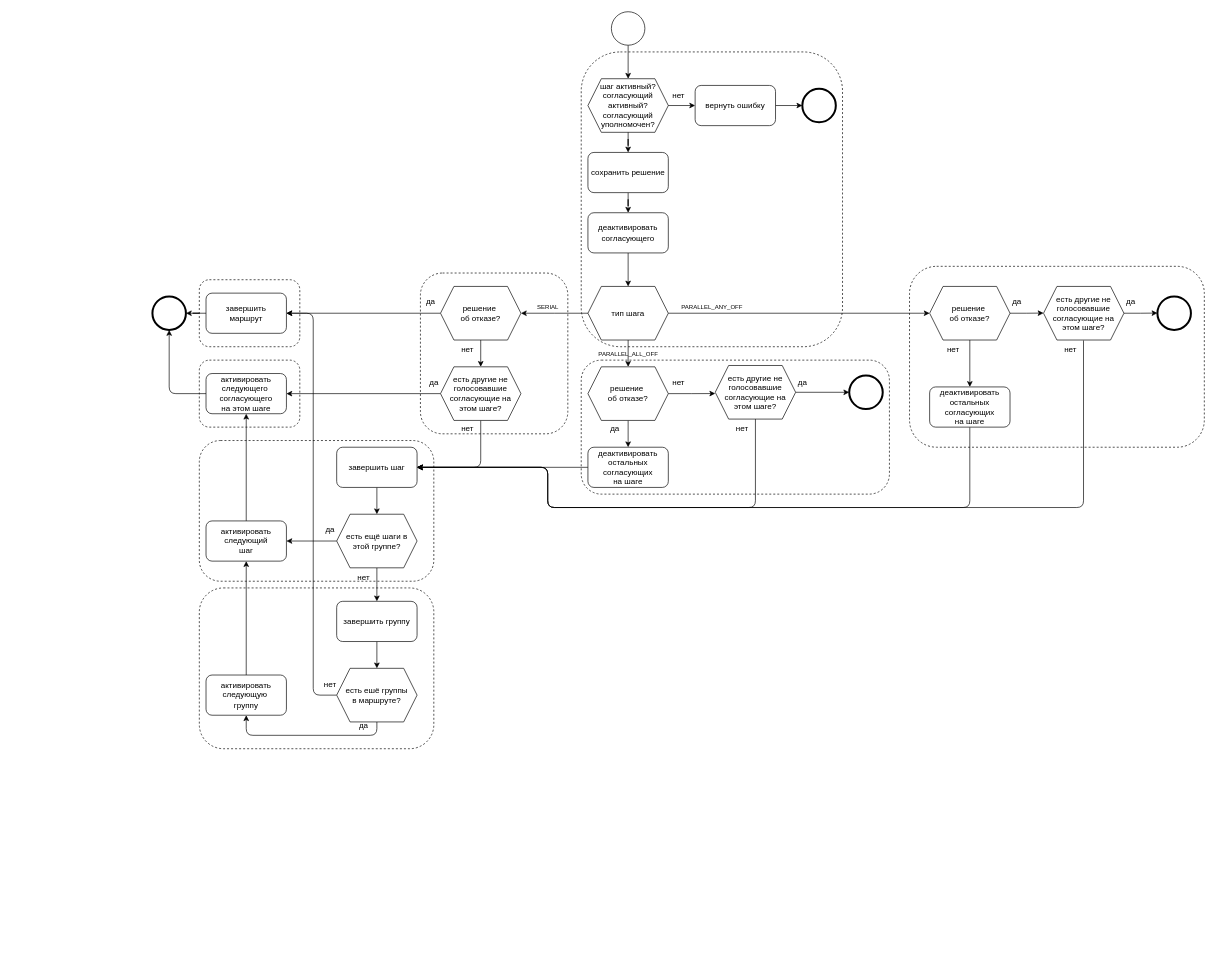
MikhailEpatko/approve keeps this draw.io diagram as docs/make-decision-sequence.drawio. Above is the earlier version. Source tidied: cells renumbered, new cells numbered last; positions are measured from the earlier drawing's top-left corner, leaving out a move shared by most shapes. Both pictures are drawn from the tidied source at 67%, with x=0, y=0 at pixel (152, 11).
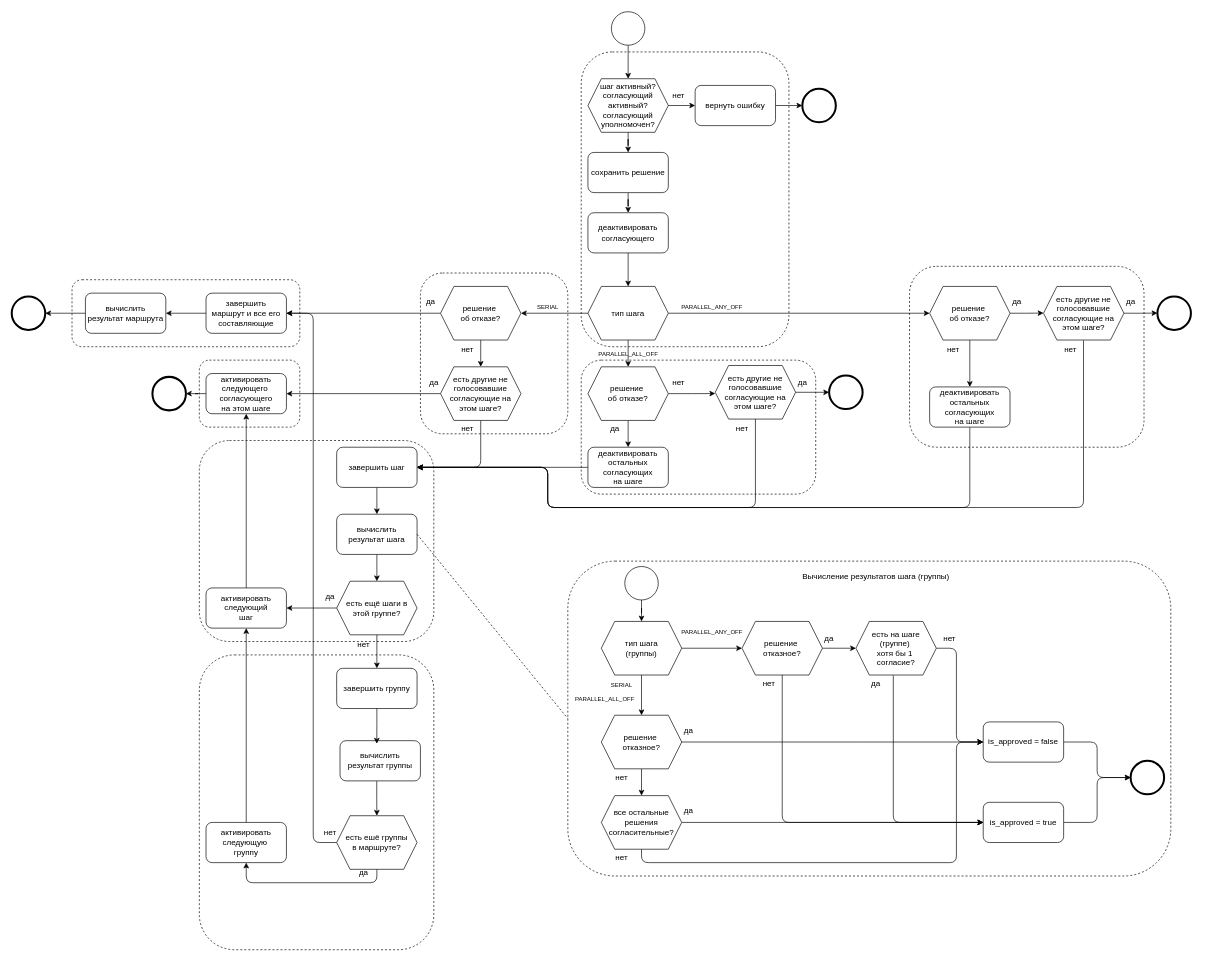
After the change.

The change refers to these unchanged cells:
```xml
<mxCell id="38" value="активировать&lt;div&gt;следующего&amp;nbsp;&lt;/div&gt;&lt;div&gt;согласующего&lt;/div&gt;&lt;div&gt;на этом шаге&lt;/div&gt;" style="rounded=1;whiteSpace=wrap;html=1;" parent="1" vertex="1">
  <mxGeometry x="80" y="540" width="120" height="60" as="geometry" />
</mxCell>
<mxCell id="56" value="завершить шаг" style="rounded=1;whiteSpace=wrap;html=1;" parent="1" vertex="1">
  <mxGeometry x="275" y="650" width="120" height="60" as="geometry" />
</mxCell>
```

Change to the diagram source:
```diff
@@
+    <mxCell id="84" style="rounded=1;whiteSpace=wrap;html=1;fillColor=none;dashed=1;" parent="1" vertex="1">
+      <mxGeometry x="-120" y="400" width="340" height="100" as="geometry" />
+    </mxCell>
+    <mxCell id="88" style="rounded=1;whiteSpace=wrap;html=1;fillColor=none;dashed=1;" parent="1" vertex="1">
+      <mxGeometry x="70" y="960" width="350" height="440" as="geometry" />
+    </mxCell>
+    <mxCell id="89" style="rounded=1;whiteSpace=wrap;html=1;fillColor=none;dashed=1;" parent="1" vertex="1">
+      <mxGeometry x="620" y="820" width="900" height="470" as="geometry" />
+    </mxCell>
+    <mxCell id="87" style="rounded=1;whiteSpace=wrap;html=1;fillColor=none;dashed=1;" parent="1" vertex="1">
+      <mxGeometry x="70" y="640" width="350" height="300" as="geometry" />
+    </mxCell>
@@
     <mxCell id="4" style="rounded=1;whiteSpace=wrap;html=1;fillColor=none;dashed=1;" parent="1" vertex="1">
-      <mxGeometry x="640" y="520" width="460" height="200" as="geometry" />
+      <mxGeometry x="640" y="520" width="350" height="200" as="geometry" />
     </mxCell>
     <mxCell id="5" style="rounded=1;whiteSpace=wrap;html=1;fillColor=none;dashed=1;" parent="1" vertex="1">
-      <mxGeometry x="1130" y="380" width="440" height="270" as="geometry" />
+      <mxGeometry x="1130" y="380" width="350" height="270" as="geometry" />
     </mxCell>
     <mxCell id="6" style="rounded=1;whiteSpace=wrap;html=1;fillColor=none;dashed=1;" parent="1" vertex="1">
-      <mxGeometry x="640" y="60" width="390" height="440" as="geometry" />
+      <mxGeometry x="640" y="60" width="310" height="440" as="geometry" />
     </mxCell>
@@
     <mxCell id="27" style="shape=mxgraph.bpmn.shape;html=1;verticalLabelPosition=bottom;labelBackgroundColor=#ffffff;verticalAlign=top;perimeter=ellipsePerimeter;outline=end;symbol=general;" parent="1" vertex="1">
-      <mxGeometry y="425" width="50" height="50" as="geometry" />
+      <mxGeometry x="-210" y="425" width="50" height="50" as="geometry" />
     </mxCell>
-    <mxCell id="28" style="edgeStyle=orthogonalEdgeStyle;rounded=0;jettySize=auto;html=1;entryX=1;entryY=0.5;entryDx=0;entryDy=0;" parent="1" edge="1" source="29" target="27">
+    <mxCell id="28" style="edgeStyle=orthogonalEdgeStyle;rounded=0;jettySize=auto;html=1;entryX=1;entryY=0.5;entryDx=0;entryDy=0;" parent="1" edge="1" source="131" target="27">
       <mxGeometry relative="1" as="geometry" />
     </mxCell>
-    <mxCell id="29" value="завершить&lt;div&gt;маршрут&lt;/div&gt;" style="rounded=1;whiteSpace=wrap;html=1;" parent="1" vertex="1">
+    <mxCell id="29" value="завершить&lt;div&gt;маршрут и все его составляющие&lt;/div&gt;" style="rounded=1;whiteSpace=wrap;html=1;" parent="1" vertex="1">
       <mxGeometry x="80" y="420" width="120" height="60" as="geometry" />
     </mxCell>
@@
-    <mxCell id="37" style="edgeStyle=orthogonalEdgeStyle;rounded=1;jettySize=auto;html=1;entryX=0.5;entryY=1;entryDx=0;entryDy=0;curved=0;" parent="1" edge="1" source="38" target="27">
+    <mxCell id="37" style="edgeStyle=orthogonalEdgeStyle;rounded=1;jettySize=auto;html=1;entryX=1;entryY=0.5;entryDx=0;entryDy=0;curved=0;" parent="1" edge="1" source="38" target="91">
       <mxGeometry relative="1" as="geometry" />
     </mxCell>
@@
     <mxCell id="42" style="edgeStyle=orthogonalEdgeStyle;rounded=0;jettySize=auto;html=1;exitX=0.5;exitY=1;exitDx=0;exitDy=0;" parent="1" edge="1" source="43">
       <mxGeometry relative="1" as="geometry">
-        <mxPoint x="335" y="880" as="targetPoint" />
+        <mxPoint x="335" y="980" as="targetPoint" />
       </mxGeometry>
     </mxCell>
     <mxCell id="43" value="есть ещё шаги в этой группе?" style="shape=hexagon;perimeter=hexagonPerimeter2;whiteSpace=wrap;html=1;fixedSize=1;" parent="1" vertex="1">
-      <mxGeometry x="275" y="750" width="120" height="80" as="geometry" />
+      <mxGeometry x="275" y="850" width="120" height="80" as="geometry" />
     </mxCell>
     <mxCell id="44" value="да" style="text;html=1;align=center;verticalAlign=middle;strokeColor=none;fillColor=none;" parent="1" vertex="1">
-      <mxGeometry x="245" y="758" width="40" height="30" as="geometry" />
+      <mxGeometry x="245" y="858" width="40" height="30" as="geometry" />
     </mxCell>
     <mxCell id="45" style="edgeStyle=orthogonalEdgeStyle;rounded=1;jettySize=auto;html=1;entryX=0.5;entryY=1;entryDx=0;entryDy=0;exitX=0.5;exitY=1;exitDx=0;exitDy=0;curved=0;" parent="1" edge="1" source="47" target="52">
       <mxGeometry relative="1" as="geometry">
         <Array as="points">
-          <mxPoint x="335" y="1080" />
-          <mxPoint x="140" y="1080" />
+          <mxPoint x="335" y="1300" />
+          <mxPoint x="140" y="1300" />
         </Array>
       </mxGeometry>
     </mxCell>
     <mxCell id="46" style="edgeStyle=orthogonalEdgeStyle;rounded=1;jettySize=auto;html=1;entryX=1;entryY=0.5;entryDx=0;entryDy=0;exitX=0;exitY=0.5;exitDx=0;exitDy=0;curved=0;" parent="1" edge="1" source="47" target="29">
       <mxGeometry relative="1" as="geometry">
         <Array as="points">
-          <mxPoint x="240" y="1020" />
+          <mxPoint x="240" y="1240" />
           <mxPoint x="240" y="450" />
         </Array>
       </mxGeometry>
     </mxCell>
     <mxCell id="47" value="есть ешё группы&lt;div&gt;в маршруте?&lt;/div&gt;" style="shape=hexagon;perimeter=hexagonPerimeter2;whiteSpace=wrap;html=1;fixedSize=1;" parent="1" vertex="1">
-      <mxGeometry x="275" y="980" width="120" height="80" as="geometry" />
+      <mxGeometry x="275" y="1200" width="120" height="80" as="geometry" />
     </mxCell>
     <mxCell id="48" value="нет" style="text;html=1;align=center;verticalAlign=middle;strokeColor=none;fillColor=none;" parent="1" vertex="1">
-      <mxGeometry x="295" y="830" width="40" height="30" as="geometry" />
+      <mxGeometry x="295" y="930" width="40" height="30" as="geometry" />
     </mxCell>
@@
     <mxCell id="50" value="активировать&lt;div&gt;следующий&lt;/div&gt;&lt;div&gt;шаг&lt;/div&gt;" style="rounded=1;whiteSpace=wrap;html=1;" parent="1" vertex="1">
-      <mxGeometry x="80" y="760" width="120" height="60" as="geometry" />
+      <mxGeometry x="80" y="860" width="120" height="60" as="geometry" />
     </mxCell>
@@
     <mxCell id="52" value="активировать&lt;div&gt;следующую&amp;nbsp;&lt;/div&gt;&lt;div&gt;группу&lt;/div&gt;" style="rounded=1;whiteSpace=wrap;html=1;" parent="1" vertex="1">
-      <mxGeometry x="80" y="990" width="120" height="60" as="geometry" />
+      <mxGeometry x="80" y="1210" width="120" height="60" as="geometry" />
     </mxCell>
     <mxCell id="53" value="да" style="text;html=1;align=center;verticalAlign=middle;strokeColor=none;fillColor=none;" parent="1" vertex="1">
-      <mxGeometry x="295" y="1050" width="40" height="30" as="geometry" />
+      <mxGeometry x="295" y="1270" width="40" height="30" as="geometry" />
     </mxCell>
     <mxCell id="54" value="нет" style="text;html=1;align=center;verticalAlign=middle;strokeColor=none;fillColor=none;" parent="1" vertex="1">
-      <mxGeometry x="245" y="990" width="40" height="30" as="geometry" />
+      <mxGeometry x="245" y="1210" width="40" height="30" as="geometry" />
     </mxCell>
-    <mxCell id="55" style="edgeStyle=orthogonalEdgeStyle;rounded=0;jettySize=auto;html=1;" parent="1" edge="1" source="56" target="43">
+    <mxCell id="55" style="edgeStyle=orthogonalEdgeStyle;rounded=0;jettySize=auto;html=1;exitX=0.5;exitY=1;exitDx=0;exitDy=0;" parent="1" edge="1" source="96" target="43">
       <mxGeometry relative="1" as="geometry" />
     </mxCell>
+    <mxCell id="90" style="edgeStyle=orthogonalEdgeStyle;rounded=0;jettySize=auto;html=1;exitX=0.5;exitY=1;exitDx=0;exitDy=0;entryX=0.5;entryY=0;entryDx=0;entryDy=0;" parent="1" edge="1" source="56" target="96">
+      <mxGeometry relative="1" as="geometry" />
+    </mxCell>
@@
-    <mxCell id="57" style="edgeStyle=orthogonalEdgeStyle;rounded=0;jettySize=auto;html=1;entryX=0.5;entryY=0;entryDx=0;entryDy=0;" parent="1" edge="1" source="58" target="47">
+    <mxCell id="57" style="edgeStyle=orthogonalEdgeStyle;rounded=0;jettySize=auto;html=1;entryX=0.5;entryY=0;entryDx=0;entryDy=0;exitX=0.457;exitY=1.006;exitDx=0;exitDy=0;exitPerimeter=0;" parent="1" edge="1" source="128" target="47">
       <mxGeometry relative="1" as="geometry" />
     </mxCell>
     <mxCell id="58" value="завершить группу" style="rounded=1;whiteSpace=wrap;html=1;" parent="1" vertex="1">
-      <mxGeometry x="275" y="880" width="120" height="60" as="geometry" />
+      <mxGeometry x="275" y="980" width="120" height="60" as="geometry" />
     </mxCell>
@@
     <mxCell id="68" style="shape=mxgraph.bpmn.shape;html=1;verticalLabelPosition=bottom;labelBackgroundColor=#ffffff;verticalAlign=top;perimeter=ellipsePerimeter;outline=end;symbol=general;" parent="1" vertex="1">
-      <mxGeometry x="1040" y="543" width="50" height="50" as="geometry" />
+      <mxGeometry x="1010" y="543" width="50" height="50" as="geometry" />
     </mxCell>
@@
-    <mxCell id="84" style="rounded=1;whiteSpace=wrap;html=1;fillColor=none;dashed=1;" parent="1" vertex="1">
-      <mxGeometry x="70" y="400" width="150" height="100" as="geometry" />
-    </mxCell>
@@
-    <mxCell id="87" style="rounded=1;whiteSpace=wrap;html=1;fillColor=none;dashed=1;" parent="1" vertex="1">
-      <mxGeometry x="70" y="640" width="350" height="210" as="geometry" />
-    </mxCell>
-    <mxCell id="88" style="rounded=1;whiteSpace=wrap;html=1;fillColor=none;dashed=1;" parent="1" vertex="1">
-      <mxGeometry x="70" y="860" width="350" height="240" as="geometry" />
-    </mxCell>
+    <mxCell id="91" style="shape=mxgraph.bpmn.shape;html=1;verticalLabelPosition=bottom;labelBackgroundColor=#ffffff;verticalAlign=top;perimeter=ellipsePerimeter;outline=end;symbol=general;" parent="1" vertex="1">
+      <mxGeometry y="545" width="50" height="50" as="geometry" />
+    </mxCell>
+    <mxCell id="92" style="edgeStyle=orthogonalEdgeStyle;rounded=0;jettySize=auto;html=1;entryX=0.5;entryY=0;entryDx=0;entryDy=0;" parent="1" edge="1" source="93" target="95">
+      <mxGeometry relative="1" as="geometry" />
+    </mxCell>
+    <mxCell id="93" style="shape=mxgraph.bpmn.shape;html=1;verticalLabelPosition=bottom;labelBackgroundColor=#ffffff;verticalAlign=top;perimeter=ellipsePerimeter;outline=standard;symbol=general;" parent="1" vertex="1">
+      <mxGeometry x="705" y="828" width="50" height="50" as="geometry" />
+    </mxCell>
+    <mxCell id="94" style="edgeStyle=orthogonalEdgeStyle;rounded=0;jettySize=auto;html=1;entryX=0;entryY=0.5;entryDx=0;entryDy=0;" parent="1" edge="1" source="95" target="102">
+      <mxGeometry relative="1" as="geometry" />
+    </mxCell>
+    <mxCell id="95" value="тип шага&lt;div&gt;(группы)&lt;/div&gt;" style="shape=hexagon;perimeter=hexagonPerimeter2;whiteSpace=wrap;html=1;fixedSize=1;" parent="1" vertex="1">
+      <mxGeometry x="670" y="910" width="120" height="80" as="geometry" />
+    </mxCell>
+    <mxCell id="96" value="вычислить&lt;div&gt;результат шага&lt;/div&gt;" style="rounded=1;whiteSpace=wrap;html=1;" parent="1" vertex="1">
+      <mxGeometry x="275" y="750" width="120" height="60" as="geometry" />
+    </mxCell>
+    <mxCell id="97" value="&lt;font style=&quot;font-size: 9px;&quot;&gt;PARALLEL_ANY_OFF&lt;/font&gt;" style="text;html=1;align=center;verticalAlign=middle;strokeColor=none;fillColor=none;" parent="1" vertex="1">
+      <mxGeometry x="780" y="910" width="110" height="30" as="geometry" />
+    </mxCell>
+    <mxCell id="98" value="&lt;font style=&quot;font-size: 9px;&quot;&gt;SERIAL&lt;/font&gt;" style="text;html=1;align=center;verticalAlign=middle;strokeColor=none;fillColor=none;" parent="1" vertex="1">
+      <mxGeometry x="670" y="990" width="60" height="30" as="geometry" />
+    </mxCell>
+    <mxCell id="99" value="&lt;font style=&quot;font-size: 9px;&quot;&gt;PARALLEL_ALL_OFF&lt;/font&gt;" style="text;html=1;align=center;verticalAlign=middle;strokeColor=none;fillColor=none;" parent="1" vertex="1">
+      <mxGeometry x="620" y="1010" width="110" height="30" as="geometry" />
+    </mxCell>
+    <mxCell id="100" style="edgeStyle=orthogonalEdgeStyle;rounded=0;jettySize=auto;html=1;entryX=0;entryY=0.5;entryDx=0;entryDy=0;" parent="1" edge="1" source="102" target="105">
+      <mxGeometry relative="1" as="geometry" />
+    </mxCell>
+    <mxCell id="101" style="edgeStyle=orthogonalEdgeStyle;rounded=1;jettySize=auto;html=1;exitX=0.5;exitY=1;exitDx=0;exitDy=0;entryX=0;entryY=0.5;entryDx=0;entryDy=0;curved=0;" parent="1" edge="1" source="102" target="107">
+      <mxGeometry relative="1" as="geometry">
+        <Array as="points">
+          <mxPoint x="940" y="1210" />
+        </Array>
+      </mxGeometry>
+    </mxCell>
+    <mxCell id="102" value="решение&amp;nbsp;&lt;div&gt;отказное?&lt;/div&gt;" style="shape=hexagon;perimeter=hexagonPerimeter2;whiteSpace=wrap;html=1;fixedSize=1;" parent="1" vertex="1">
+      <mxGeometry x="880" y="910" width="120" height="80" as="geometry" />
+    </mxCell>
+    <mxCell id="103" style="edgeStyle=orthogonalEdgeStyle;rounded=1;jettySize=auto;html=1;entryX=0;entryY=0.5;entryDx=0;entryDy=0;curved=0;" parent="1" edge="1" source="105" target="110">
+      <mxGeometry relative="1" as="geometry">
+        <Array as="points">
+          <mxPoint x="1200" y="950" />
+          <mxPoint x="1200" y="1090" />
+        </Array>
+      </mxGeometry>
+    </mxCell>
+    <mxCell id="104" style="edgeStyle=orthogonalEdgeStyle;rounded=1;jettySize=auto;html=1;entryX=0;entryY=0.5;entryDx=0;entryDy=0;exitX=0.465;exitY=1.008;exitDx=0;exitDy=0;exitPerimeter=0;curved=0;" parent="1" edge="1" source="105" target="107">
+      <mxGeometry relative="1" as="geometry" />
+    </mxCell>
+    <mxCell id="105" value="есть на шаге (группе)&amp;nbsp;&lt;div&gt;хотя бы 1&amp;nbsp;&lt;/div&gt;&lt;div&gt;согласие?&lt;/div&gt;" style="shape=hexagon;perimeter=hexagonPerimeter2;whiteSpace=wrap;html=1;fixedSize=1;" parent="1" vertex="1">
+      <mxGeometry x="1050" y="910" width="120" height="80" as="geometry" />
+    </mxCell>
+    <mxCell id="106" style="edgeStyle=orthogonalEdgeStyle;rounded=1;jettySize=auto;html=1;entryX=0;entryY=0.5;entryDx=0;entryDy=0;curved=0;" parent="1" edge="1" source="107" target="111">
+      <mxGeometry relative="1" as="geometry" />
+    </mxCell>
+    <mxCell id="107" value="is_approved = true" style="rounded=1;whiteSpace=wrap;html=1;" parent="1" vertex="1">
+      <mxGeometry x="1240" y="1180" width="120" height="60" as="geometry" />
+    </mxCell>
+    <mxCell id="108" value="да" style="text;html=1;align=center;verticalAlign=middle;whiteSpace=wrap;rounded=0;" parent="1" vertex="1">
+      <mxGeometry x="1050" y="988" width="60" height="30" as="geometry" />
+    </mxCell>
+    <mxCell id="109" style="edgeStyle=orthogonalEdgeStyle;rounded=1;jettySize=auto;html=1;curved=0;entryX=0;entryY=0.5;entryDx=0;entryDy=0;" parent="1" edge="1" source="110" target="111">
+      <mxGeometry relative="1" as="geometry">
+        <Array as="points">
+          <mxPoint x="1410" y="1090" />
+          <mxPoint x="1410" y="1143" />
+        </Array>
+      </mxGeometry>
+    </mxCell>
+    <mxCell id="110" value="is_approved = false" style="rounded=1;whiteSpace=wrap;html=1;" parent="1" vertex="1">
+      <mxGeometry x="1240" y="1060" width="120" height="60" as="geometry" />
+    </mxCell>
+    <mxCell id="111" style="shape=mxgraph.bpmn.shape;html=1;verticalLabelPosition=bottom;labelBackgroundColor=#ffffff;verticalAlign=top;perimeter=ellipsePerimeter;outline=end;symbol=general;" parent="1" vertex="1">
+      <mxGeometry x="1460" y="1118" width="50" height="50" as="geometry" />
+    </mxCell>
+    <mxCell id="112" value="да" style="text;html=1;align=center;verticalAlign=middle;whiteSpace=wrap;rounded=0;" parent="1" vertex="1">
+      <mxGeometry x="980" y="920" width="60" height="30" as="geometry" />
+    </mxCell>
+    <mxCell id="113" value="нет" style="text;html=1;align=center;verticalAlign=middle;whiteSpace=wrap;rounded=0;" parent="1" vertex="1">
+      <mxGeometry x="1160" y="920" width="60" height="30" as="geometry" />
+    </mxCell>
+    <mxCell id="114" value="нет" style="text;html=1;align=center;verticalAlign=middle;strokeColor=none;fillColor=none;" parent="1" vertex="1">
+      <mxGeometry x="900" y="988" width="40" height="30" as="geometry" />
+    </mxCell>
+    <mxCell id="115" style="edgeStyle=orthogonalEdgeStyle;rounded=1;jettySize=auto;html=1;entryX=0;entryY=0.5;entryDx=0;entryDy=0;curved=0;" parent="1" edge="1" source="117" target="110">
+      <mxGeometry relative="1" as="geometry">
+        <Array as="points">
+          <mxPoint x="1070" y="1090" />
+          <mxPoint x="1070" y="1090" />
+        </Array>
+      </mxGeometry>
+    </mxCell>
+    <mxCell id="116" style="edgeStyle=orthogonalEdgeStyle;rounded=0;jettySize=auto;html=1;entryX=0.5;entryY=0;entryDx=0;entryDy=0;" parent="1" edge="1" source="117" target="124">
+      <mxGeometry relative="1" as="geometry" />
+    </mxCell>
+    <mxCell id="117" value="решение&amp;nbsp;&lt;div&gt;отказное?&lt;/div&gt;" style="shape=hexagon;perimeter=hexagonPerimeter2;whiteSpace=wrap;html=1;fixedSize=1;" parent="1" vertex="1">
+      <mxGeometry x="670" y="1050" width="120" height="80" as="geometry" />
+    </mxCell>
+    <mxCell id="118" style="edgeStyle=orthogonalEdgeStyle;rounded=0;jettySize=auto;html=1;entryX=0.5;entryY=0;entryDx=0;entryDy=0;" parent="1" edge="1" source="95" target="117">
+      <mxGeometry relative="1" as="geometry" />
+    </mxCell>
+    <mxCell id="119" value="да" style="text;html=1;align=center;verticalAlign=middle;strokeColor=none;fillColor=none;" parent="1" vertex="1">
+      <mxGeometry x="780" y="1058" width="40" height="30" as="geometry" />
+    </mxCell>
+    <mxCell id="120" value="нет" style="text;html=1;align=center;verticalAlign=middle;strokeColor=none;fillColor=none;" parent="1" vertex="1">
+      <mxGeometry x="680" y="1128" width="40" height="30" as="geometry" />
+    </mxCell>
+    <mxCell id="121" style="endArrow=none;dashed=1;html=1;rounded=0;exitX=1;exitY=0.5;exitDx=0;exitDy=0;entryX=0;entryY=0.5;entryDx=0;entryDy=0;" parent="1" edge="1" source="96" target="89">
+      <mxGeometry relative="1" as="geometry" />
+    </mxCell>
+    <mxCell id="122" style="edgeStyle=orthogonalEdgeStyle;rounded=0;jettySize=auto;html=1;entryX=0;entryY=0.5;entryDx=0;entryDy=0;" parent="1" edge="1" source="124" target="107">
+      <mxGeometry relative="1" as="geometry" />
+    </mxCell>
+    <mxCell id="123" style="edgeStyle=orthogonalEdgeStyle;rounded=1;jettySize=auto;html=1;entryX=0;entryY=0.5;entryDx=0;entryDy=0;exitX=0.5;exitY=1;exitDx=0;exitDy=0;curved=0;" parent="1" edge="1" source="124" target="110">
+      <mxGeometry relative="1" as="geometry">
+        <Array as="points">
+          <mxPoint x="730" y="1270" />
+          <mxPoint x="1200" y="1270" />
+          <mxPoint x="1200" y="1090" />
+        </Array>
+      </mxGeometry>
+    </mxCell>
+    <mxCell id="124" value="все остальные&lt;div&gt;решения&lt;/div&gt;&lt;div&gt;согласительные?&lt;/div&gt;" style="shape=hexagon;perimeter=hexagonPerimeter2;whiteSpace=wrap;html=1;fixedSize=1;" parent="1" vertex="1">
+      <mxGeometry x="670" y="1170" width="120" height="80" as="geometry" />
+    </mxCell>
+    <mxCell id="125" value="да" style="text;html=1;align=center;verticalAlign=middle;strokeColor=none;fillColor=none;" parent="1" vertex="1">
+      <mxGeometry x="780" y="1178" width="40" height="30" as="geometry" />
+    </mxCell>
+    <mxCell id="126" value="нет" style="text;html=1;align=center;verticalAlign=middle;strokeColor=none;fillColor=none;" parent="1" vertex="1">
+      <mxGeometry x="680" y="1248" width="40" height="30" as="geometry" />
+    </mxCell>
+    <mxCell id="127" value="Вычисление результатов шага (группы)" style="text;html=1;align=center;verticalAlign=middle;whiteSpace=wrap;rounded=0;" parent="1" vertex="1">
+      <mxGeometry x="965" y="828" width="230" height="30" as="geometry" />
+    </mxCell>
+    <mxCell id="128" value="вычислить&lt;div&gt;результат группы&lt;/div&gt;" style="rounded=1;whiteSpace=wrap;html=1;" parent="1" vertex="1">
+      <mxGeometry x="280" y="1088" width="120" height="60" as="geometry" />
+    </mxCell>
+    <mxCell id="129" style="edgeStyle=orthogonalEdgeStyle;rounded=0;jettySize=auto;html=1;entryX=0.457;entryY=0.075;entryDx=0;entryDy=0;entryPerimeter=0;" parent="1" edge="1" source="58" target="128">
+      <mxGeometry relative="1" as="geometry" />
+    </mxCell>
+    <mxCell id="130" style="edgeStyle=orthogonalEdgeStyle;rounded=0;jettySize=auto;html=1;entryX=1;entryY=0.5;entryDx=0;entryDy=0;" parent="1" edge="1" source="29" target="131">
+      <mxGeometry relative="1" as="geometry" />
+    </mxCell>
+    <mxCell id="131" value="вычислить&lt;div&gt;результат маршрута&lt;/div&gt;" style="rounded=1;whiteSpace=wrap;html=1;" parent="1" vertex="1">
+      <mxGeometry x="-100" y="420" width="120" height="60" as="geometry" />
+    </mxCell>
```
